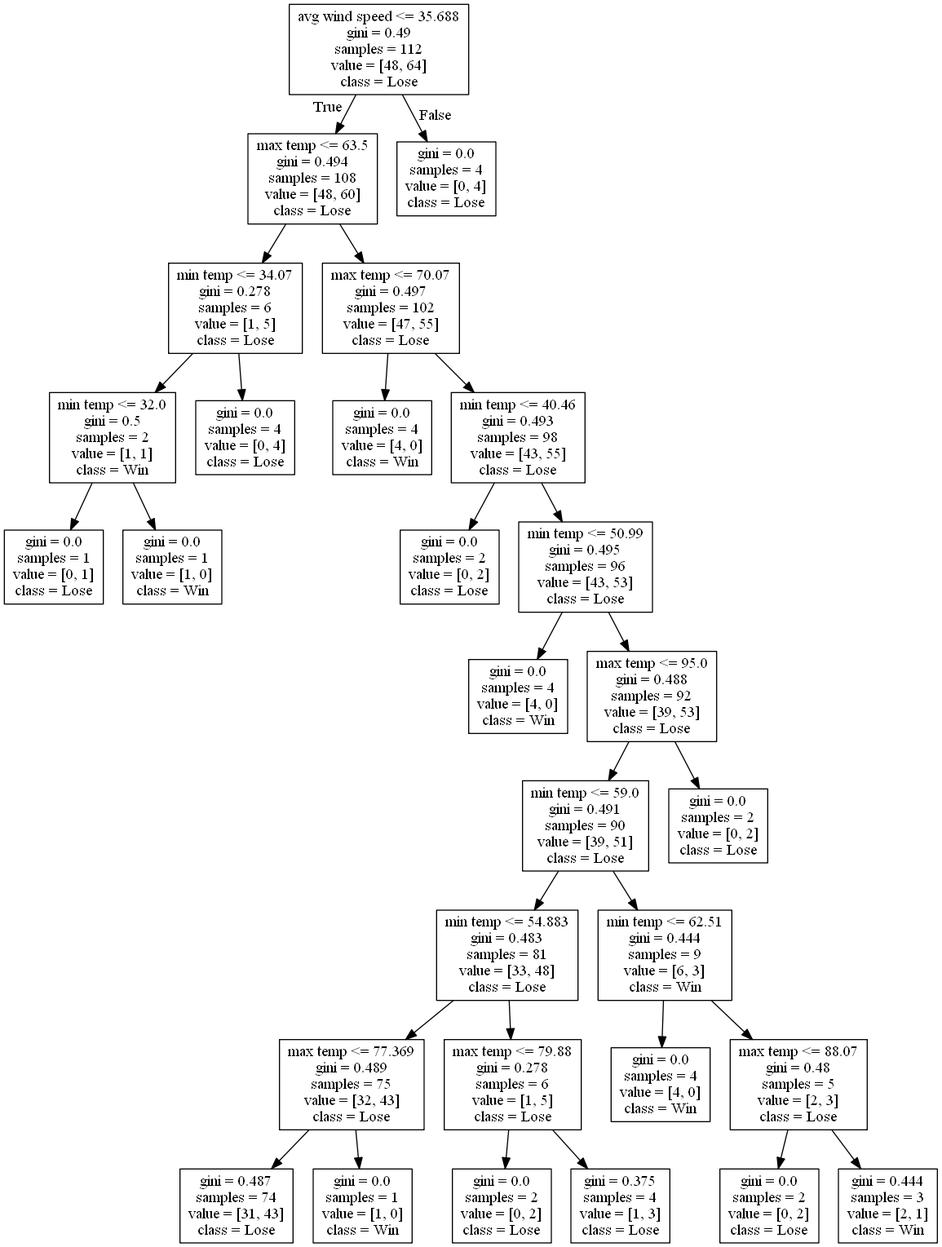
This is DecisionTrees/decision_tree_no_score_or_attendance_test_607.png from alexana-steck/CSE482Project, a Graphviz export, as it was before one commit. Its source is kept beside it as DecisionTrees/decision_tree_no_score_or_attendance_test_607.dot. Its diagram source:
```dot
digraph Tree {
node [shape=box] ;
0 [label="avg wind speed <= 35.688\ngini = 0.49\nsamples = 112\nvalue = [48, 64]\nclass = Lose"] ;
1 [label="max temp <= 63.5\ngini = 0.494\nsamples = 108\nvalue = [48, 60]\nclass = Lose"] ;
0 -> 1 [labeldistance=2.5, labelangle=45, headlabel="True"] ;
2 [label="min temp <= 34.07\ngini = 0.278\nsamples = 6\nvalue = [1, 5]\nclass = Lose"] ;
1 -> 2 ;
3 [label="min temp <= 32.0\ngini = 0.5\nsamples = 2\nvalue = [1, 1]\nclass = Win"] ;
2 -> 3 ;
4 [label="gini = 0.0\nsamples = 1\nvalue = [0, 1]\nclass = Lose"] ;
3 -> 4 ;
5 [label="gini = 0.0\nsamples = 1\nvalue = [1, 0]\nclass = Win"] ;
3 -> 5 ;
6 [label="gini = 0.0\nsamples = 4\nvalue = [0, 4]\nclass = Lose"] ;
2 -> 6 ;
7 [label="max temp <= 70.07\ngini = 0.497\nsamples = 102\nvalue = [47, 55]\nclass = Lose"] ;
1 -> 7 ;
8 [label="gini = 0.0\nsamples = 4\nvalue = [4, 0]\nclass = Win"] ;
7 -> 8 ;
9 [label="min temp <= 40.46\ngini = 0.493\nsamples = 98\nvalue = [43, 55]\nclass = Lose"] ;
7 -> 9 ;
10 [label="gini = 0.0\nsamples = 2\nvalue = [0, 2]\nclass = Lose"] ;
9 -> 10 ;
11 [label="min temp <= 50.99\ngini = 0.495\nsamples = 96\nvalue = [43, 53]\nclass = Lose"] ;
9 -> 11 ;
12 [label="gini = 0.0\nsamples = 4\nvalue = [4, 0]\nclass = Win"] ;
11 -> 12 ;
13 [label="max temp <= 95.0\ngini = 0.488\nsamples = 92\nvalue = [39, 53]\nclass = Lose"] ;
11 -> 13 ;
14 [label="min temp <= 59.0\ngini = 0.491\nsamples = 90\nvalue = [39, 51]\nclass = Lose"] ;
13 -> 14 ;
15 [label="min temp <= 54.883\ngini = 0.483\nsamples = 81\nvalue = [33, 48]\nclass = Lose"] ;
14 -> 15 ;
16 [label="max temp <= 77.369\ngini = 0.489\nsamples = 75\nvalue = [32, 43]\nclass = Lose"] ;
15 -> 16 ;
17 [label="gini = 0.487\nsamples = 74\nvalue = [31, 43]\nclass = Lose"] ;
16 -> 17 ;
18 [label="gini = 0.0\nsamples = 1\nvalue = [1, 0]\nclass = Win"] ;
16 -> 18 ;
19 [label="max temp <= 79.88\ngini = 0.278\nsamples = 6\nvalue = [1, 5]\nclass = Lose"] ;
15 -> 19 ;
20 [label="gini = 0.0\nsamples = 2\nvalue = [0, 2]\nclass = Lose"] ;
19 -> 20 ;
21 [label="gini = 0.375\nsamples = 4\nvalue = [1, 3]\nclass = Lose"] ;
19 -> 21 ;
22 [label="min temp <= 62.51\ngini = 0.444\nsamples = 9\nvalue = [6, 3]\nclass = Win"] ;
14 -> 22 ;
23 [label="gini = 0.0\nsamples = 4\nvalue = [4, 0]\nclass = Win"] ;
22 -> 23 ;
24 [label="max temp <= 88.07\ngini = 0.48\nsamples = 5\nvalue = [2, 3]\nclass = Lose"] ;
22 -> 24 ;
25 [label="gini = 0.0\nsamples = 2\nvalue = [0, 2]\nclass = Lose"] ;
24 -> 25 ;
26 [label="gini = 0.444\nsamples = 3\nvalue = [2, 1]\nclass = Win"] ;
24 -> 26 ;
27 [label="gini = 0.0\nsamples = 2\nvalue = [0, 2]\nclass = Lose"] ;
13 -> 27 ;
28 [label="gini = 0.0\nsamples = 4\nvalue = [0, 4]\nclass = Lose"] ;
0 -> 28 [labeldistance=2.5, labelangle=-45, headlabel="False"] ;
}
```
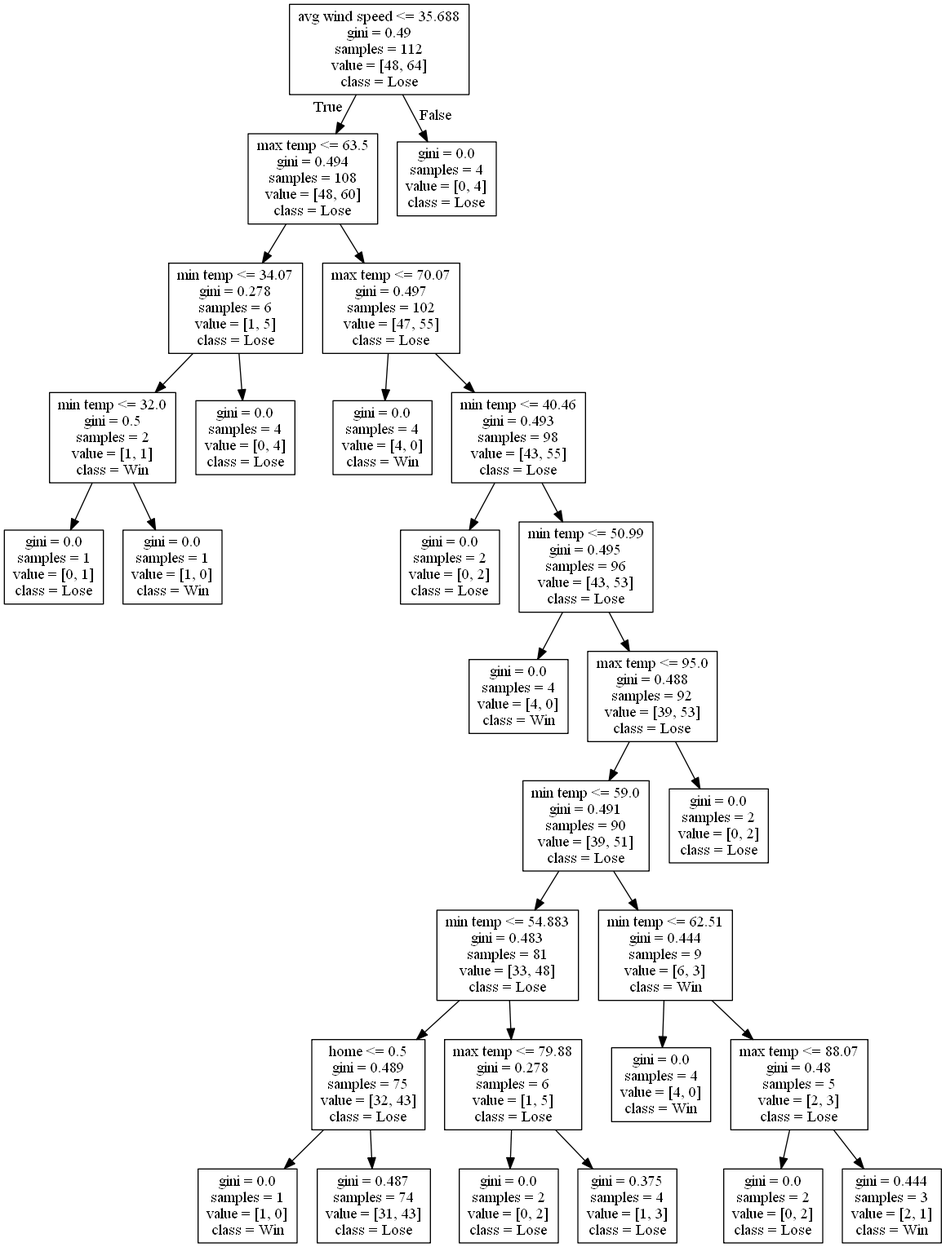
The same diagram one commit later.

What changed in the source:
```diff
@@ -31,11 +31,11 @@
 13 -> 14 ;
 15 [label="min temp <= 54.883\ngini = 0.483\nsamples = 81\nvalue = [33, 48]\nclass = Lose"] ;
 14 -> 15 ;
-16 [label="max temp <= 77.369\ngini = 0.489\nsamples = 75\nvalue = [32, 43]\nclass = Lose"] ;
+16 [label="home <= 0.5\ngini = 0.489\nsamples = 75\nvalue = [32, 43]\nclass = Lose"] ;
 15 -> 16 ;
-17 [label="gini = 0.487\nsamples = 74\nvalue = [31, 43]\nclass = Lose"] ;
+17 [label="gini = 0.0\nsamples = 1\nvalue = [1, 0]\nclass = Win"] ;
 16 -> 17 ;
-18 [label="gini = 0.0\nsamples = 1\nvalue = [1, 0]\nclass = Win"] ;
+18 [label="gini = 0.487\nsamples = 74\nvalue = [31, 43]\nclass = Lose"] ;
 16 -> 18 ;
 19 [label="max temp <= 79.88\ngini = 0.278\nsamples = 6\nvalue = [1, 5]\nclass = Lose"] ;
 15 -> 19 ;
```
